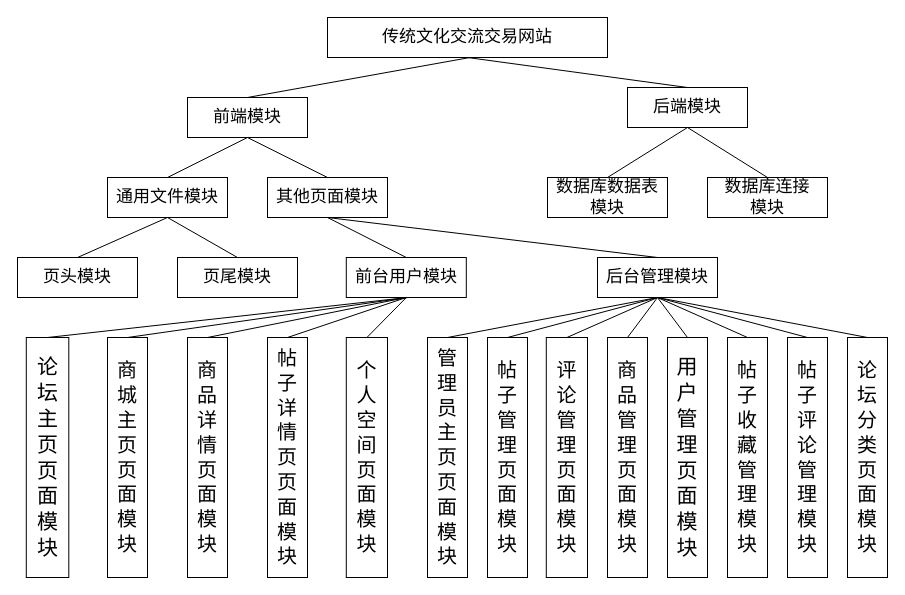
Yongibaoi/learning-qemu keeps this draw.io diagram as 7.drawio. Above is the earlier version. Source tidied: cells renumbered, new cells numbered last; positions are measured from the earlier drawing's top-left corner, leaving out a move shared by most shapes. Both pictures are drawn from the tidied source at 100%, with x=0, y=0 at pixel (17, 17).
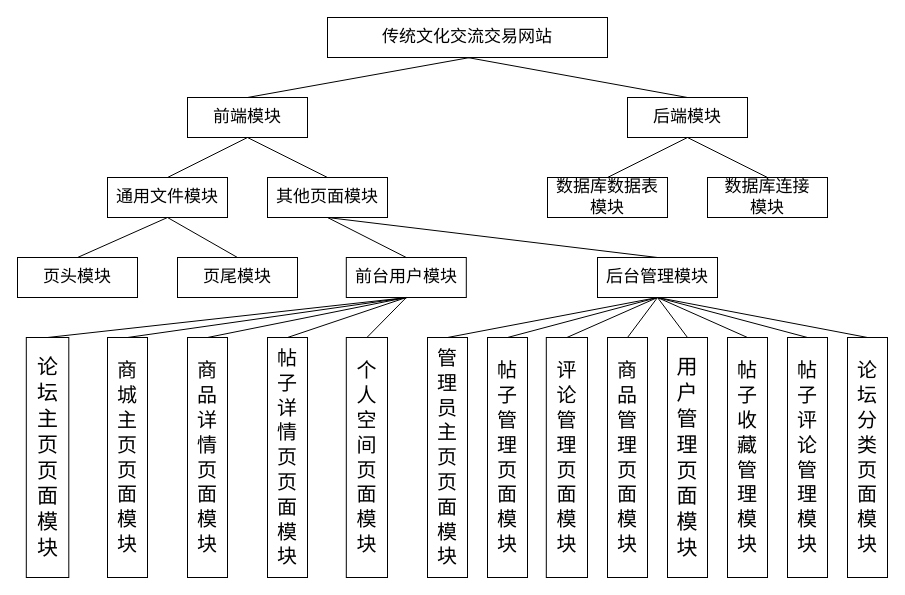
Above is the later version.

The change refers to these unchanged cells:
```xml
<mxCell id="8" value="&lt;div&gt;&lt;font style=&quot;font-size: 13px;&quot;&gt;&lt;font style=&quot;font-size: 14px;&quot;&gt;&lt;font style=&quot;font-size: 15px;&quot;&gt;&lt;font style=&quot;font-size: 16px;&quot;&gt;&lt;font style=&quot;font-size: 17px;&quot;&gt;数据库连接&lt;/font&gt;&lt;/font&gt;&lt;/font&gt;&lt;/font&gt;&lt;/font&gt;&lt;/div&gt;&lt;div&gt;&lt;font style=&quot;font-size: 13px;&quot;&gt;&lt;font style=&quot;font-size: 14px;&quot;&gt;&lt;font style=&quot;font-size: 15px;&quot;&gt;&lt;font style=&quot;font-size: 16px;&quot;&gt;&lt;font style=&quot;font-size: 17px;&quot;&gt;模块&lt;/font&gt;&lt;/font&gt;&lt;/font&gt;&lt;/font&gt;&lt;/font&gt;&lt;/div&gt;" style="rounded=0;whiteSpace=wrap;html=1;" parent="1" vertex="1">
  <mxGeometry x="690" y="160" width="120" height="40" as="geometry" />
</mxCell>
```

Diff of the diagram source:
```diff
@@
     <mxCell id="4" value="&lt;font style=&quot;font-size: 13px;&quot;&gt;&lt;font style=&quot;font-size: 14px;&quot;&gt;&lt;font style=&quot;font-size: 15px;&quot;&gt;&lt;font style=&quot;font-size: 16px;&quot;&gt;&lt;font style=&quot;font-size: 17px;&quot;&gt;后端模块&lt;/font&gt;&lt;/font&gt;&lt;/font&gt;&lt;/font&gt;&lt;/font&gt;" style="rounded=0;whiteSpace=wrap;html=1;" parent="1" vertex="1">
-      <mxGeometry x="610" y="70" width="120" height="40" as="geometry" />
+      <mxGeometry x="610" y="80" width="120" height="40" as="geometry" />
     </mxCell>
@@
-    <mxCell id="32" style="endArrow=none;html=1;rounded=0;exitX=0.5;exitY=0;exitDx=0;exitDy=0;" parent="1" edge="1" source="8">
-      <mxGeometry relative="1" as="geometry">
-        <mxPoint x="670" y="110" as="targetPoint" />
-      </mxGeometry>
+    <mxCell id="32" style="endArrow=none;html=1;rounded=0;exitX=0.5;exitY=0;exitDx=0;exitDy=0;entryX=0.5;entryY=1;entryDx=0;entryDy=0;" parent="1" edge="1" source="8" target="4">
+      <mxGeometry relative="1" as="geometry" />
     </mxCell>
```
